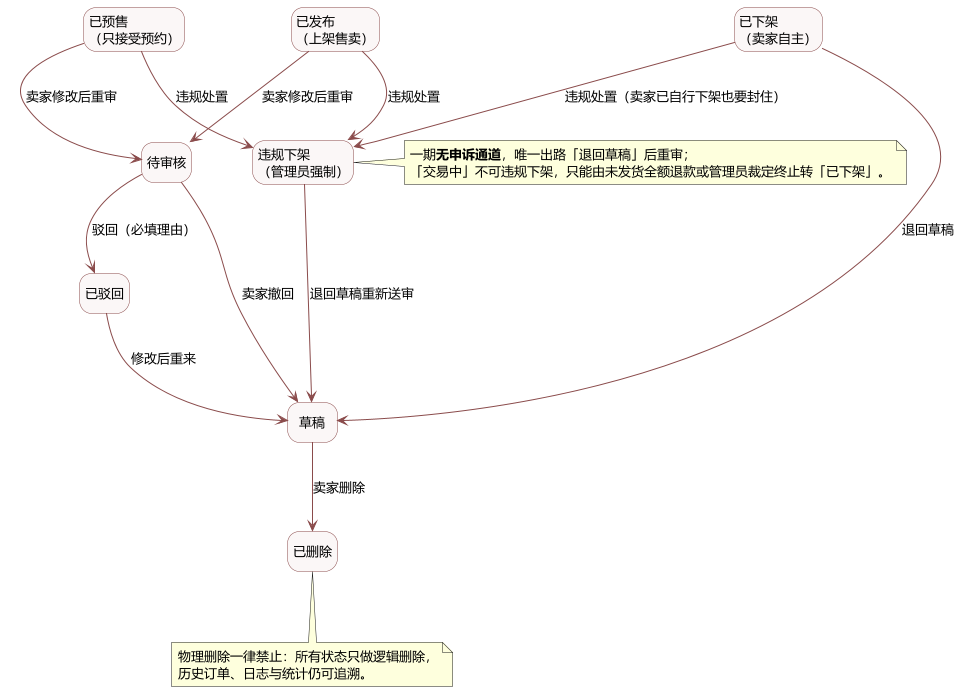
Above: lab02/UML/状态图2_异常与退出.png in XuHR233/SE-lab1-requirements (PlantUML), before the change.
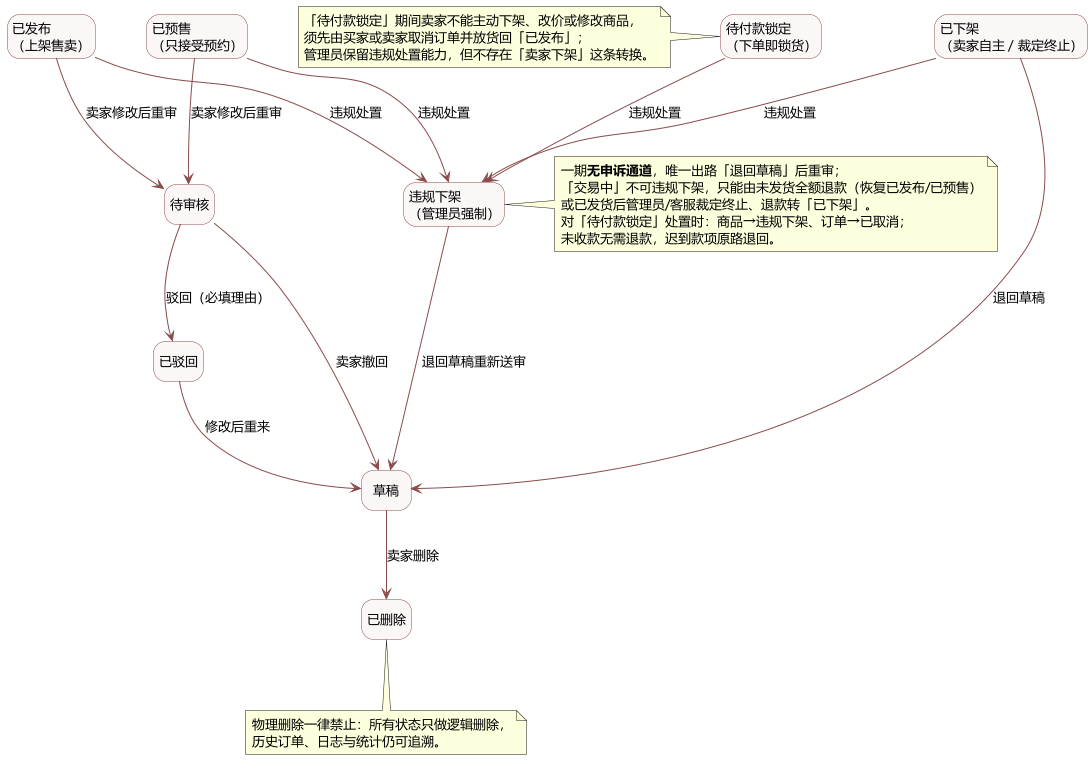
The same diagram one commit later.

Diff of the diagram source:
```diff
@@ -17,7 +17,8 @@
 state "已驳回" as S3
 state "已发布\n（上架售卖）" as S4
 state "已预售\n（只接受预约）" as S5
-state "已下架\n（卖家自主）" as S8
+state "待付款锁定\n（下单即锁货）" as SLOCK
+state "已下架\n（卖家自主 / 裁定终止）" as S8
 state "违规下架\n（管理员强制）" as S9
 state "已删除" as S10
 
@@ -32,14 +33,24 @@
 
 S4 --> S9 : 违规处置
 S5 --> S9 : 违规处置
-S8 --> S9 : 违规处置（卖家已自行下架也要封住）
+SLOCK --> S9 : 违规处置
+S8 --> S9 : 违规处置
 S9 --> S1 : 退回草稿重新送审
 
 S1 --> S10 : 卖家删除
 
 note right of S9
   一期<b>无申诉通道</b>，唯一出路「退回草稿」后重审；
-  「交易中」不可违规下架，只能由未发货全额退款或管理员裁定终止转「已下架」。
+  「交易中」不可违规下架，只能由未发货全额退款（恢复已发布/已预售）
+  或已发货后管理员/客服裁定终止、退款转「已下架」。
+  对「待付款锁定」处置时：商品→违规下架、订单→已取消；
+  未收款无需退款，迟到款项原路退回。
+end note
+
+note left of SLOCK
+  「待付款锁定」期间卖家不能主动下架、改价或修改商品，
+  须先由买家或卖家取消订单并放货回「已发布」；
+  管理员保留违规处置能力，但不存在「卖家下架」这条转换。
 end note
 
 note bottom of S10
```
